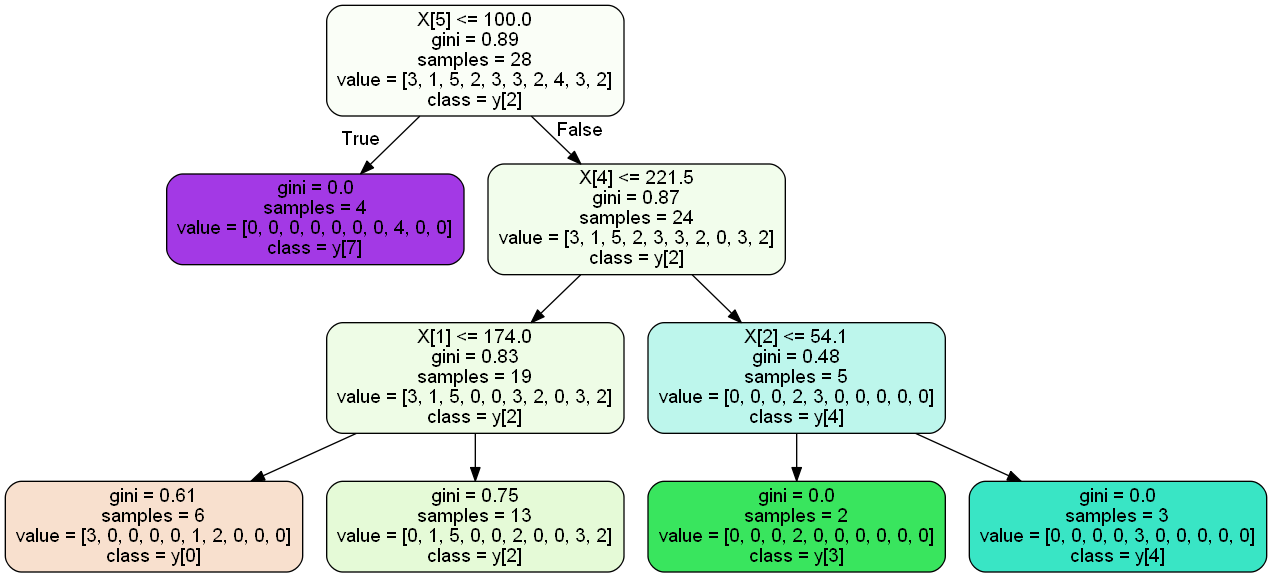
Above: treerace.png in AndreaDagg/DecisIonCAr (Graphviz), before the change. Its source is kept beside it as treerace.dot.
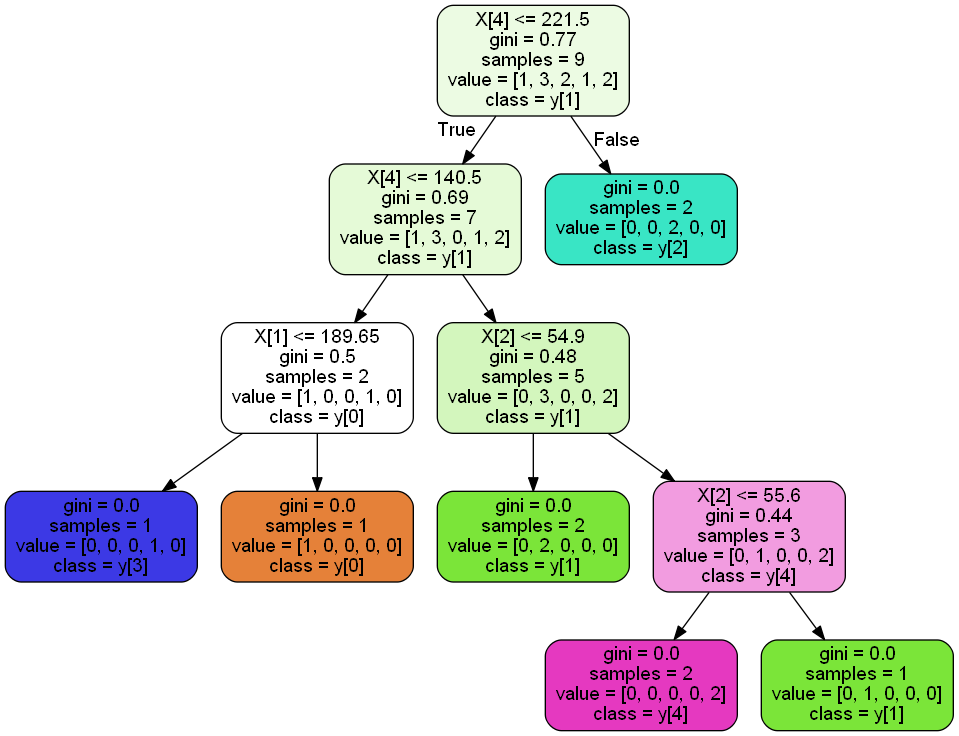
The same file after the commit.

What changed in the source:
```diff
@@ -1,21 +1,25 @@
 digraph Tree {
 node [shape=box, style="filled, rounded", color="black", fontname=helvetica] ;
 edge [fontname=helvetica] ;
-0 [label="X[5] <= 100.0\ngini = 0.89\nsamples = 28\nvalue = [3, 1, 5, 2, 3, 3, 2, 4, 3, 2]\nclass = y[2]", fillcolor="#fafef7"] ;
-1 [label="gini = 0.0\nsamples = 4\nvalue = [0, 0, 0, 0, 0, 0, 0, 4, 0, 0]\nclass = y[7]", fillcolor="#a339e5"] ;
+0 [label="X[4] <= 221.5\ngini = 0.77\nsamples = 9\nvalue = [1, 3, 2, 1, 2]\nclass = y[1]", fillcolor="#ecfbe3"] ;
+1 [label="X[4] <= 140.5\ngini = 0.69\nsamples = 7\nvalue = [1, 3, 0, 1, 2]\nclass = y[1]", fillcolor="#e5fad7"] ;
 0 -> 1 [labeldistance=2.5, labelangle=45, headlabel="True"] ;
-2 [label="X[4] <= 221.5\ngini = 0.87\nsamples = 24\nvalue = [3, 1, 5, 2, 3, 3, 2, 0, 3, 2]\nclass = y[2]", fillcolor="#f2fdec"] ;
-0 -> 2 [labeldistance=2.5, labelangle=-45, headlabel="False"] ;
-3 [label="X[1] <= 174.0\ngini = 0.83\nsamples = 19\nvalue = [3, 1, 5, 0, 0, 3, 2, 0, 3, 2]\nclass = y[2]", fillcolor="#eefce6"] ;
+2 [label="X[1] <= 189.65\ngini = 0.5\nsamples = 2\nvalue = [1, 0, 0, 1, 0]\nclass = y[0]", fillcolor="#ffffff"] ;
+1 -> 2 ;
+3 [label="gini = 0.0\nsamples = 1\nvalue = [0, 0, 0, 1, 0]\nclass = y[3]", fillcolor="#3c39e5"] ;
 2 -> 3 ;
-4 [label="gini = 0.61\nsamples = 6\nvalue = [3, 0, 0, 0, 0, 1, 2, 0, 0, 0]\nclass = y[0]", fillcolor="#f8e0ce"] ;
-3 -> 4 ;
-5 [label="gini = 0.75\nsamples = 13\nvalue = [0, 1, 5, 0, 0, 2, 0, 0, 3, 2]\nclass = y[2]", fillcolor="#e5fad7"] ;
-3 -> 5 ;
-6 [label="X[2] <= 54.1\ngini = 0.48\nsamples = 5\nvalue = [0, 0, 0, 2, 3, 0, 0, 0, 0, 0]\nclass = y[4]", fillcolor="#bdf6ec"] ;
-2 -> 6 ;
-7 [label="gini = 0.0\nsamples = 2\nvalue = [0, 0, 0, 2, 0, 0, 0, 0, 0, 0]\nclass = y[3]", fillcolor="#39e55e"] ;
-6 -> 7 ;
-8 [label="gini = 0.0\nsamples = 3\nvalue = [0, 0, 0, 0, 3, 0, 0, 0, 0, 0]\nclass = y[4]", fillcolor="#39e5c5"] ;
-6 -> 8 ;
+4 [label="gini = 0.0\nsamples = 1\nvalue = [1, 0, 0, 0, 0]\nclass = y[0]", fillcolor="#e58139"] ;
+2 -> 4 ;
+5 [label="X[2] <= 54.9\ngini = 0.48\nsamples = 5\nvalue = [0, 3, 0, 0, 2]\nclass = y[1]", fillcolor="#d3f6bd"] ;
+1 -> 5 ;
+6 [label="gini = 0.0\nsamples = 2\nvalue = [0, 2, 0, 0, 0]\nclass = y[1]", fillcolor="#7be539"] ;
+5 -> 6 ;
+7 [label="X[2] <= 55.6\ngini = 0.44\nsamples = 3\nvalue = [0, 1, 0, 0, 2]\nclass = y[4]", fillcolor="#f29ce0"] ;
+5 -> 7 ;
+8 [label="gini = 0.0\nsamples = 2\nvalue = [0, 0, 0, 0, 2]\nclass = y[4]", fillcolor="#e539c0"] ;
+7 -> 8 ;
+9 [label="gini = 0.0\nsamples = 1\nvalue = [0, 1, 0, 0, 0]\nclass = y[1]", fillcolor="#7be539"] ;
+7 -> 9 ;
+10 [label="gini = 0.0\nsamples = 2\nvalue = [0, 0, 2, 0, 0]\nclass = y[2]", fillcolor="#39e5c5"] ;
+0 -> 10 [labeldistance=2.5, labelangle=-45, headlabel="False"] ;
 }
```
